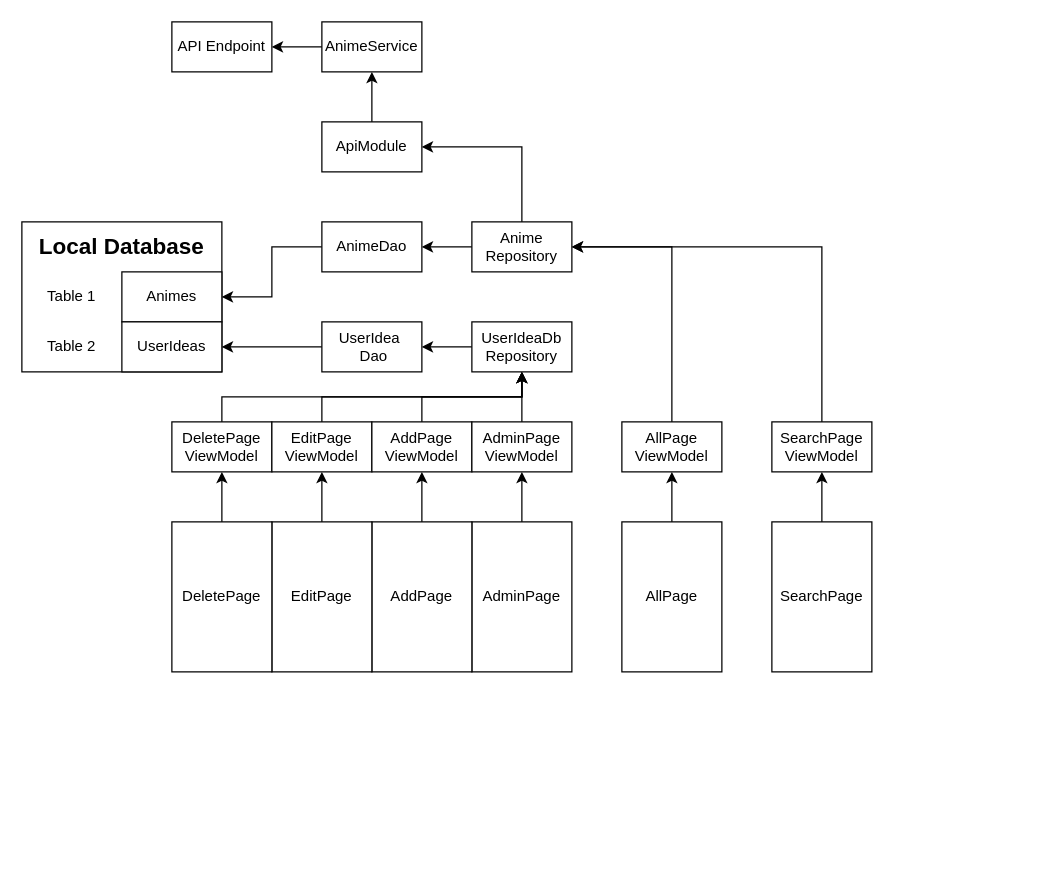
Above: Diagram.drawio in KremMannen/AnimeDatabase (draw.io), before the change. Source tidied: cells renumbered, new cells numbered last; positions are measured from the earlier drawing's top-left corner, leaving out a move shared by most shapes. Both pictures are drawn from the tidied source at 125%, with x=0, y=0 at pixel (21, 21).
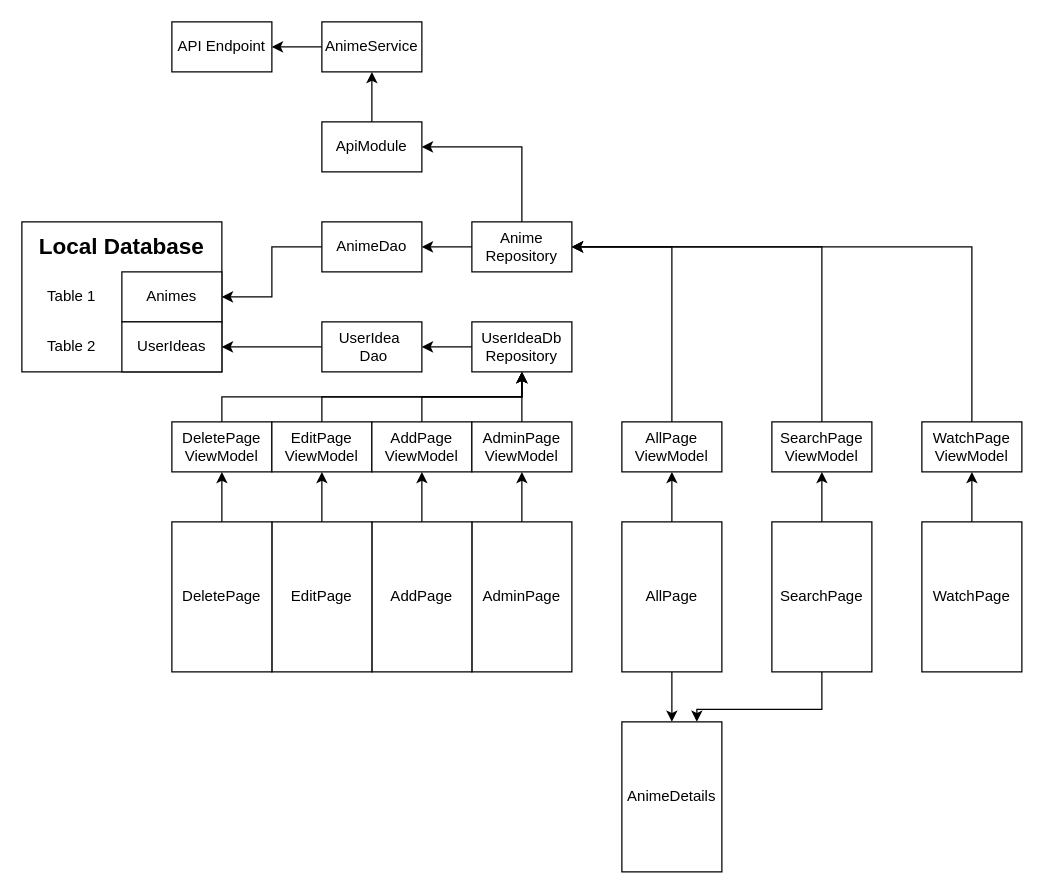
The same page after the edit.

Commit message (it also covers changes not shown here):
diagram polish again

Unchanged cells that the change refers to:
```xml
<mxCell id="9" value="Anime Repository" style="rounded=0;whiteSpace=wrap;html=1;" parent="1" vertex="1">
  <mxGeometry x="360" y="160" width="80" height="40" as="geometry" />
</mxCell>
<mxCell id="23" value="AllPage" style="rounded=0;whiteSpace=wrap;html=1;" parent="1" vertex="1">
  <mxGeometry x="480" y="400" width="80" height="120" as="geometry" />
</mxCell>
<mxCell id="43" value="SearchPage" style="rounded=0;whiteSpace=wrap;html=1;" parent="1" vertex="1">
  <mxGeometry x="600" y="400" width="80" height="120" as="geometry" />
</mxCell>
```

Diff of the diagram source:
```diff
@@
+    <mxCell id="46" style="edgeStyle=orthogonalEdgeStyle;rounded=0;jettySize=auto;html=1;entryX=0.5;entryY=0;entryDx=0;entryDy=0;" parent="1" edge="1" source="23" target="48">
+      <mxGeometry relative="1" as="geometry" />
+    </mxCell>
@@
+    <mxCell id="47" style="edgeStyle=orthogonalEdgeStyle;rounded=0;jettySize=auto;html=1;entryX=0.75;entryY=0;entryDx=0;entryDy=0;" parent="1" edge="1" source="43" target="48">
+      <mxGeometry relative="1" as="geometry">
+        <Array as="points">
+          <mxPoint x="640" y="550" />
+          <mxPoint x="540" y="550" />
+        </Array>
+      </mxGeometry>
+    </mxCell>
@@
+    <mxCell id="48" value="AnimeDetails" style="rounded=0;whiteSpace=wrap;html=1;" parent="1" vertex="1">
+      <mxGeometry x="480" y="560" width="80" height="120" as="geometry" />
+    </mxCell>
+    <mxCell id="49" style="edgeStyle=orthogonalEdgeStyle;rounded=0;jettySize=auto;html=1;entryX=0.5;entryY=1;entryDx=0;entryDy=0;" parent="1" edge="1" source="50" target="52">
+      <mxGeometry relative="1" as="geometry" />
+    </mxCell>
+    <mxCell id="50" value="WatchPage" style="rounded=0;whiteSpace=wrap;html=1;" parent="1" vertex="1">
+      <mxGeometry x="720" y="400" width="80" height="120" as="geometry" />
+    </mxCell>
+    <mxCell id="51" style="edgeStyle=orthogonalEdgeStyle;rounded=0;jettySize=auto;html=1;entryX=1;entryY=0.5;entryDx=0;entryDy=0;" parent="1" edge="1" source="52" target="9">
+      <mxGeometry relative="1" as="geometry">
+        <Array as="points">
+          <mxPoint x="760" y="180" />
+        </Array>
+      </mxGeometry>
+    </mxCell>
+    <mxCell id="52" value="WatchPage&lt;div&gt;ViewModel&lt;/div&gt;" style="rounded=0;whiteSpace=wrap;html=1;" parent="1" vertex="1">
+      <mxGeometry x="720" y="320" width="80" height="40" as="geometry" />
+    </mxCell>
```
